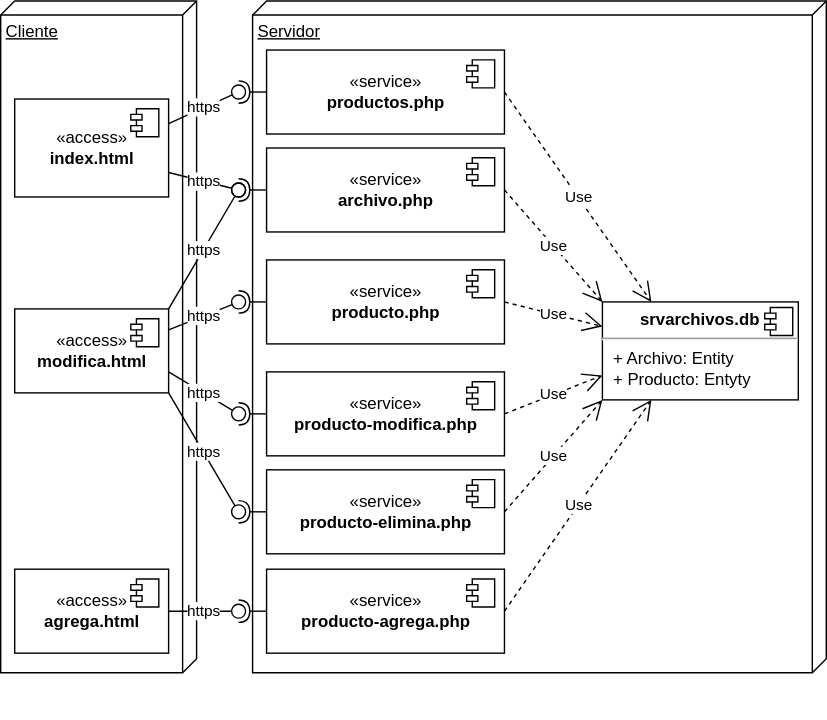
gilpgawoas/gilpgawoas.github.io keeps this draw.io diagram as img/m20archivos/archivosdeploy.drawio.svg. Above is the earlier version. Source tidied: cells renumbered, new cells last; positions are measured from the earlier drawing's top-left corner, leaving out a move shared by most shapes.
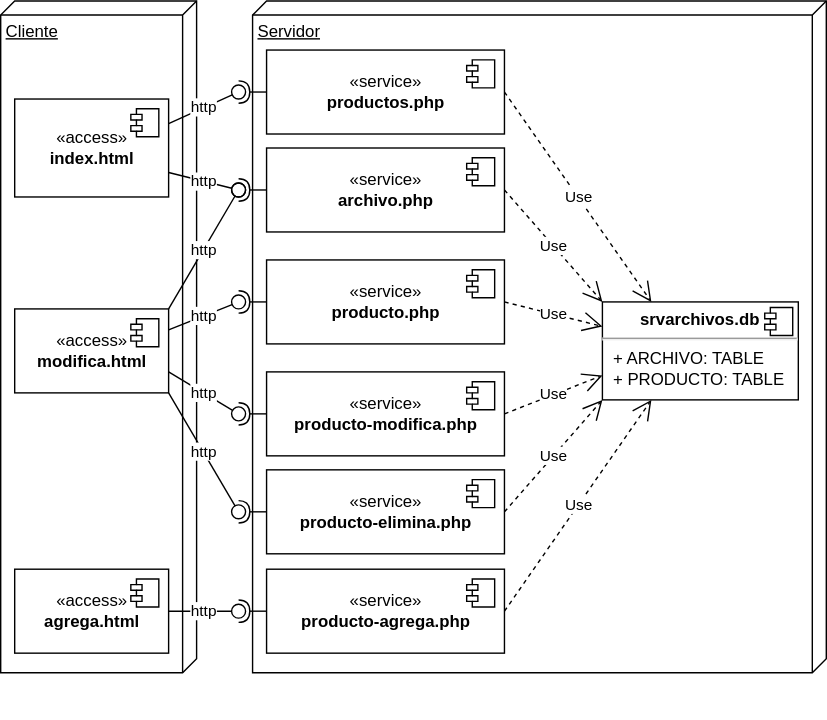
Above is the later version.

What changed in the source:
```diff
@@ -27,7 +27,7 @@
     <mxCell id="8" value="Use" style="endArrow=open;endSize=12;dashed=1;html=1;rounded=0;exitX=1;exitY=0.5;exitDx=0;exitDy=0;entryX=0.25;entryY=1;entryDx=0;entryDy=0;" parent="1" edge="1" source="21" target="9">
       <mxGeometry relative="1" as="geometry" />
     </mxCell>
-    <mxCell id="9" value="&lt;p style=&quot;margin:0px;margin-top:6px;text-align:center;&quot;&gt;&lt;b&gt;srvarchivos.db&lt;/b&gt;&lt;/p&gt;&lt;hr&gt;&lt;p style=&quot;margin:0px;margin-left:8px;&quot;&gt;+ Archivo: Entity&lt;/p&gt;&lt;p style=&quot;margin:0px;margin-left:8px;&quot;&gt;+ Producto: Entyty&lt;/p&gt;" style="align=left;overflow=fill;html=1;" parent="1" vertex="1">
+    <mxCell id="9" value="&lt;p style=&quot;margin:0px;margin-top:6px;text-align:center;&quot;&gt;&lt;b&gt;srvarchivos.db&lt;/b&gt;&lt;/p&gt;&lt;hr&gt;&lt;p style=&quot;margin:0px;margin-left:8px;&quot;&gt;+ ARCHIVO: TABLE&lt;/p&gt;&lt;p style=&quot;margin:0px;margin-left:8px;&quot;&gt;+ PRODUCTO: TABLE&lt;/p&gt;" style="align=left;overflow=fill;html=1;" parent="1" vertex="1">
       <mxGeometry x="430" y="215" width="140" height="70" as="geometry" />
     </mxCell>
     <mxCell id="10" style="shape=component;jettyWidth=8;jettyHeight=4;" parent="9" vertex="1">
@@ -130,7 +130,7 @@
     <mxCell id="36" style="rounded=0;jettySize=auto;html=1;endArrow=halfCircle;endFill=0;endSize=6;strokeWidth=1;sketch=0;exitX=0;exitY=0.5;exitDx=0;exitDy=0;" parent="1" edge="1" source="6" target="38">
       <mxGeometry relative="1" as="geometry" />
     </mxCell>
-    <mxCell id="37" value="https" style="rounded=0;jettySize=auto;html=1;endArrow=oval;endFill=0;sketch=0;sourcePerimeterSpacing=0;targetPerimeterSpacing=0;endSize=10;exitX=1;exitY=0.25;exitDx=0;exitDy=0;" parent="1" edge="1" source="4" target="38">
+    <mxCell id="37" value="http" style="rounded=0;jettySize=auto;html=1;endArrow=oval;endFill=0;sketch=0;sourcePerimeterSpacing=0;targetPerimeterSpacing=0;endSize=10;exitX=1;exitY=0.25;exitDx=0;exitDy=0;" parent="1" edge="1" source="4" target="38">
       <mxGeometry relative="1" as="geometry" />
     </mxCell>
     <mxCell id="38" style="ellipse;whiteSpace=wrap;html=1;align=center;fillColor=none;strokeColor=none;perimeter=centerPerimeter;points=[];outlineConnect=1;" parent="1" vertex="1">
@@ -141,13 +141,13 @@
         <mxPoint x="190" y="135" as="sourcePoint" />
       </mxGeometry>
     </mxCell>
-    <mxCell id="40" value="https" style="rounded=0;jettySize=auto;html=1;endArrow=oval;endFill=0;sketch=0;sourcePerimeterSpacing=0;targetPerimeterSpacing=0;endSize=10;exitX=1;exitY=0.75;exitDx=0;exitDy=0;" parent="1" edge="1" source="4" target="41">
+    <mxCell id="40" value="http" style="rounded=0;jettySize=auto;html=1;endArrow=oval;endFill=0;sketch=0;sourcePerimeterSpacing=0;targetPerimeterSpacing=0;endSize=10;exitX=1;exitY=0.75;exitDx=0;exitDy=0;" parent="1" edge="1" source="4" target="41">
       <mxGeometry relative="1" as="geometry" />
     </mxCell>
     <mxCell id="41" style="ellipse;whiteSpace=wrap;html=1;align=center;fillColor=none;strokeColor=none;perimeter=centerPerimeter;points=[];outlineConnect=1;" parent="1" vertex="1">
       <mxGeometry x="165" y="130" width="10" height="10" as="geometry" />
     </mxCell>
-    <mxCell id="42" value="https" style="rounded=0;jettySize=auto;html=1;endArrow=oval;endFill=0;sketch=0;sourcePerimeterSpacing=0;targetPerimeterSpacing=0;endSize=10;exitX=1;exitY=0;exitDx=0;exitDy=0;entryX=0.6;entryY=1.1;entryDx=0;entryDy=0;entryPerimeter=0;" parent="1" edge="1" source="15" target="41">
+    <mxCell id="42" value="http" style="rounded=0;jettySize=auto;html=1;endArrow=oval;endFill=0;sketch=0;sourcePerimeterSpacing=0;targetPerimeterSpacing=0;endSize=10;exitX=1;exitY=0;exitDx=0;exitDy=0;entryX=0.6;entryY=1.1;entryDx=0;entryDy=0;entryPerimeter=0;" parent="1" edge="1" source="15" target="41">
       <mxGeometry relative="1" as="geometry" />
     </mxCell>
     <mxCell id="43" style="rounded=0;jettySize=auto;html=1;endArrow=halfCircle;endFill=0;endSize=6;strokeWidth=1;sketch=0;" parent="1" edge="1" target="45">
@@ -155,7 +155,7 @@
         <mxPoint x="190" y="215" as="sourcePoint" />
       </mxGeometry>
     </mxCell>
-    <mxCell id="44" value="https" style="rounded=0;jettySize=auto;html=1;endArrow=oval;endFill=0;sketch=0;sourcePerimeterSpacing=0;targetPerimeterSpacing=0;endSize=10;exitX=1;exitY=0.25;exitDx=0;exitDy=0;" parent="1" edge="1" source="15" target="45">
+    <mxCell id="44" value="http" style="rounded=0;jettySize=auto;html=1;endArrow=oval;endFill=0;sketch=0;sourcePerimeterSpacing=0;targetPerimeterSpacing=0;endSize=10;exitX=1;exitY=0.25;exitDx=0;exitDy=0;" parent="1" edge="1" source="15" target="45">
       <mxGeometry relative="1" as="geometry" />
     </mxCell>
     <mxCell id="45" style="ellipse;whiteSpace=wrap;html=1;align=center;fillColor=none;strokeColor=none;perimeter=centerPerimeter;points=[];outlineConnect=1;" parent="1" vertex="1">
@@ -166,7 +166,7 @@
         <mxPoint x="190" y="295" as="sourcePoint" />
       </mxGeometry>
     </mxCell>
-    <mxCell id="47" value="https" style="rounded=0;jettySize=auto;html=1;endArrow=oval;endFill=0;sketch=0;sourcePerimeterSpacing=0;targetPerimeterSpacing=0;endSize=10;exitX=1;exitY=0.75;exitDx=0;exitDy=0;" parent="1" edge="1" source="15" target="48">
+    <mxCell id="47" value="http" style="rounded=0;jettySize=auto;html=1;endArrow=oval;endFill=0;sketch=0;sourcePerimeterSpacing=0;targetPerimeterSpacing=0;endSize=10;exitX=1;exitY=0.75;exitDx=0;exitDy=0;" parent="1" edge="1" source="15" target="48">
       <mxGeometry relative="1" as="geometry" />
     </mxCell>
     <mxCell id="48" style="ellipse;whiteSpace=wrap;html=1;align=center;fillColor=none;strokeColor=none;perimeter=centerPerimeter;points=[];outlineConnect=1;" parent="1" vertex="1">
@@ -177,7 +177,7 @@
         <mxPoint x="190" y="365" as="sourcePoint" />
       </mxGeometry>
     </mxCell>
-    <mxCell id="50" value="https" style="rounded=0;jettySize=auto;html=1;endArrow=oval;endFill=0;sketch=0;sourcePerimeterSpacing=0;targetPerimeterSpacing=0;endSize=10;exitX=1;exitY=1;exitDx=0;exitDy=0;" parent="1" edge="1" source="15" target="51">
+    <mxCell id="50" value="http" style="rounded=0;jettySize=auto;html=1;endArrow=oval;endFill=0;sketch=0;sourcePerimeterSpacing=0;targetPerimeterSpacing=0;endSize=10;exitX=1;exitY=1;exitDx=0;exitDy=0;" parent="1" edge="1" source="15" target="51">
       <mxGeometry relative="1" as="geometry" />
     </mxCell>
     <mxCell id="51" style="ellipse;whiteSpace=wrap;html=1;align=center;fillColor=none;strokeColor=none;perimeter=centerPerimeter;points=[];outlineConnect=1;" parent="1" vertex="1">
@@ -188,7 +188,7 @@
         <mxPoint x="190" y="436" as="sourcePoint" />
       </mxGeometry>
     </mxCell>
-    <mxCell id="53" value="https" style="rounded=0;jettySize=auto;html=1;endArrow=oval;endFill=0;sketch=0;sourcePerimeterSpacing=0;targetPerimeterSpacing=0;endSize=10;exitX=1;exitY=0.5;exitDx=0;exitDy=0;" parent="1" edge="1" source="13" target="54">
+    <mxCell id="53" value="http" style="rounded=0;jettySize=auto;html=1;endArrow=oval;endFill=0;sketch=0;sourcePerimeterSpacing=0;targetPerimeterSpacing=0;endSize=10;exitX=1;exitY=0.5;exitDx=0;exitDy=0;" parent="1" edge="1" source="13" target="54">
       <mxGeometry relative="1" as="geometry" />
     </mxCell>
     <mxCell id="54" style="ellipse;whiteSpace=wrap;html=1;align=center;fillColor=none;strokeColor=none;perimeter=centerPerimeter;points=[];outlineConnect=1;" parent="1" vertex="1">
```
